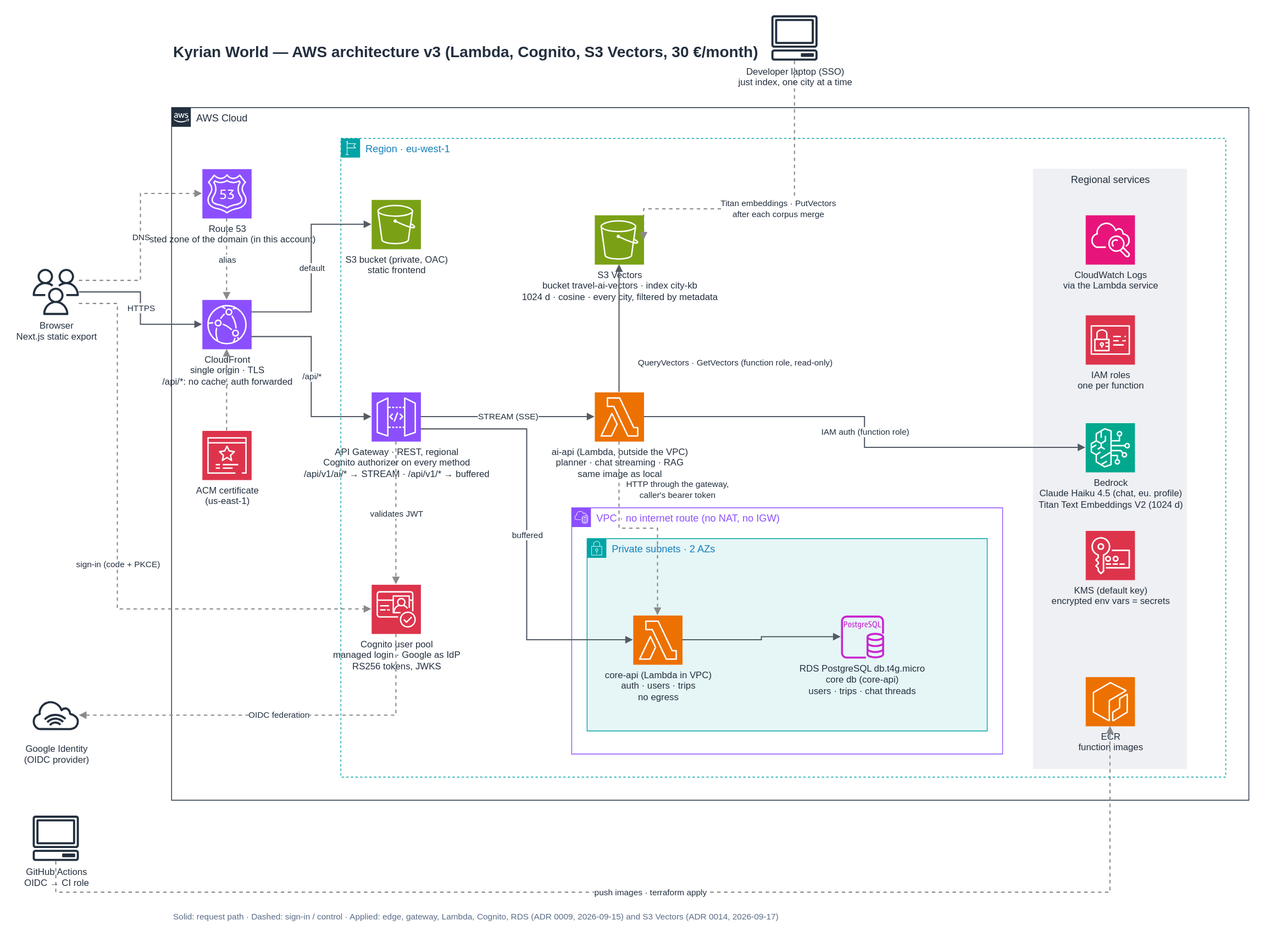
Before: docs/architecture/aws-architecture.drawio.svg, a diagram exported from draw.io (alexdesousa7/travel-ai-world). Source tidied: cells renumbered, new cells last; positions are measured from the earlier drawing's top-left corner, leaving out a move shared by most shapes.
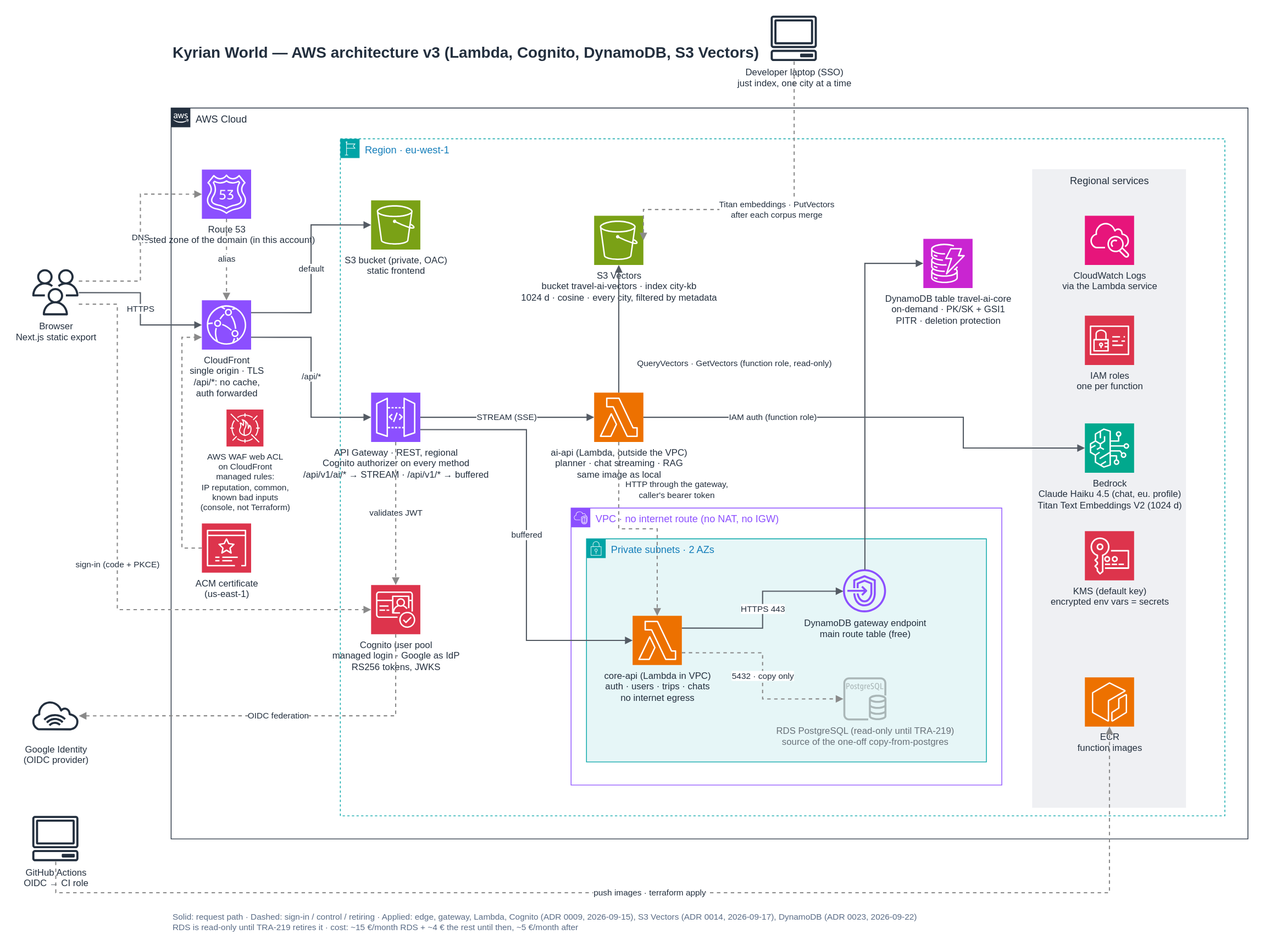
The same diagram one commit later.

Commit message:
docs: production on DynamoDB, RDS read-only until TRA-219 (TRA-224) (#184)

Change to the diagram source:
```diff
@@ -12,19 +12,19 @@
       <mxGeometry y="1040" width="60" height="60" as="geometry" />
     </mxCell>
     <mxCell id="5" value="AWS Cloud" style="gradientColor=none;html=1;whiteSpace=wrap;fontSize=13;fontStyle=0;shape=mxgraph.aws4.group;grIcon=mxgraph.aws4.group_aws_cloud_alt;verticalAlign=top;align=left;spacingLeft=30;strokeColor=#232F3E;fillColor=none;fontColor=#232F3E;dashed=0;" parent="1" vertex="1">
-      <mxGeometry x="180" y="120" width="1400" height="900" as="geometry" />
+      <mxGeometry x="180" y="120" width="1400" height="950" as="geometry" />
     </mxCell>
     <mxCell id="6" value="Route 53&lt;br&gt;hosted zone of the domain (in this account)" style="sketch=0;points=[[0,0,0],[0.25,0,0],[0.5,0,0],[0.75,0,0],[1,0,0],[0,1,0],[0.25,1,0],[0.5,1,0],[0.75,1,0],[1,1,0],[0,0.25,0],[0,0.5,0],[0,0.75,0],[1,0.25,0],[1,0.5,0],[1,0.75,0]];outlineConnect=0;fontColor=#232F3E;fillColor=#8C4FFF;strokeColor=#ffffff;dashed=0;verticalLabelPosition=bottom;verticalAlign=top;align=center;html=1;fontSize=12;fontStyle=0;shape=mxgraph.aws4.resourceIcon;resIcon=mxgraph.aws4.route_53;" parent="5" vertex="1">
       <mxGeometry x="40" y="80" width="64" height="64" as="geometry" />
     </mxCell>
-    <mxCell id="7" value="CloudFront&lt;br&gt;single origin · TLS&lt;br&gt;/api/*: no cache, auth forwarded" style="sketch=0;points=[[0,0,0],[0.25,0,0],[0.5,0,0],[0.75,0,0],[1,0,0],[0,1,0],[0.25,1,0],[0.5,1,0],[0.75,1,0],[1,1,0],[0,0.25,0],[0,0.5,0],[0,0.75,0],[1,0.25,0],[1,0.5,0],[1,0.75,0]];outlineConnect=0;fontColor=#232F3E;fillColor=#8C4FFF;strokeColor=#ffffff;dashed=0;verticalLabelPosition=bottom;verticalAlign=top;align=center;html=1;fontSize=12;fontStyle=0;shape=mxgraph.aws4.resourceIcon;resIcon=mxgraph.aws4.cloudfront;" parent="5" vertex="1">
+    <mxCell id="7" value="CloudFront&lt;br&gt;single origin · TLS&lt;br&gt;/api/*: no cache,&lt;br&gt;auth forwarded" style="sketch=0;points=[[0,0,0],[0.25,0,0],[0.5,0,0],[0.75,0,0],[1,0,0],[0,1,0],[0.25,1,0],[0.5,1,0],[0.75,1,0],[1,1,0],[0,0.25,0],[0,0.5,0],[0,0.75,0],[1,0.25,0],[1,0.5,0],[1,0.75,0]];outlineConnect=0;fontColor=#232F3E;fillColor=#8C4FFF;strokeColor=#ffffff;dashed=0;verticalLabelPosition=bottom;verticalAlign=top;align=center;html=1;fontSize=12;fontStyle=0;shape=mxgraph.aws4.resourceIcon;resIcon=mxgraph.aws4.cloudfront;" parent="5" vertex="1">
       <mxGeometry x="40" y="250" width="64" height="64" as="geometry" />
     </mxCell>
     <mxCell id="8" value="ACM certificate&lt;br&gt;(us-east-1)" style="sketch=0;points=[[0,0,0],[0.25,0,0],[0.5,0,0],[0.75,0,0],[1,0,0],[0,1,0],[0.25,1,0],[0.5,1,0],[0.75,1,0],[1,1,0],[0,0.25,0],[0,0.5,0],[0,0.75,0],[1,0.25,0],[1,0.5,0],[1,0.75,0]];outlineConnect=0;fontColor=#232F3E;fillColor=#DD344C;strokeColor=#ffffff;dashed=0;verticalLabelPosition=bottom;verticalAlign=top;align=center;html=1;fontSize=12;fontStyle=0;shape=mxgraph.aws4.resourceIcon;resIcon=mxgraph.aws4.certificate_manager_3;" parent="5" vertex="1">
-      <mxGeometry x="40" y="420" width="64" height="64" as="geometry" />
+      <mxGeometry x="40" y="540" width="64" height="64" as="geometry" />
     </mxCell>
     <mxCell id="9" value="Region · eu-west-1" style="gradientColor=none;html=1;whiteSpace=wrap;fontSize=13;fontStyle=0;shape=mxgraph.aws4.group;grIcon=mxgraph.aws4.group_region;verticalAlign=top;align=left;spacingLeft=30;strokeColor=#00A4A6;fillColor=none;fontColor=#147EBA;dashed=1;" parent="5" vertex="1">
-      <mxGeometry x="220" y="40" width="1150" height="830" as="geometry" />
+      <mxGeometry x="220" y="40" width="1150" height="880" as="geometry" />
     </mxCell>
     <mxCell id="10" value="S3 bucket (private, OAC)&lt;br&gt;static frontend" style="sketch=0;points=[[0,0,0],[0.25,0,0],[0.5,0,0],[0.75,0,0],[1,0,0],[0,1,0],[0.25,1,0],[0.5,1,0],[0.75,1,0],[1,1,0],[0,0.25,0],[0,0.5,0],[0,0.75,0],[1,0.25,0],[1,0.5,0],[1,0.75,0]];outlineConnect=0;fontColor=#232F3E;fillColor=#7AA116;strokeColor=#ffffff;dashed=0;verticalLabelPosition=bottom;verticalAlign=top;align=center;html=1;fontSize=12;fontStyle=0;shape=mxgraph.aws4.resourceIcon;resIcon=mxgraph.aws4.s3;" parent="9" vertex="1">
       <mxGeometry x="40" y="80" width="64" height="64" as="geometry" />
@@ -39,19 +39,22 @@
       <mxGeometry x="330" y="330" width="64" height="64" as="geometry" />
     </mxCell>
     <mxCell id="14" value="VPC · no internet route (no NAT, no IGW)" style="gradientColor=none;html=1;whiteSpace=wrap;fontSize=13;fontStyle=0;shape=mxgraph.aws4.group;grIcon=mxgraph.aws4.group_vpc2;verticalAlign=top;align=left;spacingLeft=30;strokeColor=#8C4FFF;fillColor=none;fontColor=#8C4FFF;dashed=0;" parent="9" vertex="1">
-      <mxGeometry x="300" y="480" width="560" height="320" as="geometry" />
+      <mxGeometry x="300" y="480" width="560" height="360" as="geometry" />
     </mxCell>
     <mxCell id="15" value="Private subnets · 2 AZs" style="gradientColor=none;html=1;whiteSpace=wrap;fontSize=13;fontStyle=0;shape=mxgraph.aws4.group;grIcon=mxgraph.aws4.group_security_group;verticalAlign=top;align=left;spacingLeft=30;strokeColor=#00A4A6;fillColor=#E6F6F7;fontColor=#147EBA;dashed=0;" parent="14" vertex="1">
-      <mxGeometry x="20" y="40" width="520" height="250" as="geometry" />
+      <mxGeometry x="20" y="40" width="520" height="290" as="geometry" />
     </mxCell>
-    <mxCell id="16" value="core-api (Lambda in VPC)&lt;br&gt;auth · users · trips&lt;br&gt;no egress" style="sketch=0;points=[[0,0,0],[0.25,0,0],[0.5,0,0],[0.75,0,0],[1,0,0],[0,1,0],[0.25,1,0],[0.5,1,0],[0.75,1,0],[1,1,0],[0,0.25,0],[0,0.5,0],[0,0.75,0],[1,0.25,0],[1,0.5,0],[1,0.75,0]];outlineConnect=0;fontColor=#232F3E;fillColor=#ED7100;strokeColor=#ffffff;dashed=0;verticalLabelPosition=bottom;verticalAlign=top;align=center;html=1;fontSize=12;fontStyle=0;shape=mxgraph.aws4.resourceIcon;resIcon=mxgraph.aws4.lambda;" parent="15" vertex="1">
+    <mxCell id="16" value="core-api (Lambda in VPC)&lt;br&gt;auth · users · trips · chats&lt;br&gt;no internet egress" style="sketch=0;points=[[0,0,0],[0.25,0,0],[0.5,0,0],[0.75,0,0],[1,0,0],[0,1,0],[0.25,1,0],[0.5,1,0],[0.75,1,0],[1,1,0],[0,0.25,0],[0,0.5,0],[0,0.75,0],[1,0.25,0],[1,0.5,0],[1,0.75,0]];outlineConnect=0;fontColor=#232F3E;fillColor=#ED7100;strokeColor=#ffffff;dashed=0;verticalLabelPosition=bottom;verticalAlign=top;align=center;html=1;fontSize=12;fontStyle=0;shape=mxgraph.aws4.resourceIcon;resIcon=mxgraph.aws4.lambda;" parent="15" vertex="1">
       <mxGeometry x="60" y="100" width="64" height="64" as="geometry" />
     </mxCell>
-    <mxCell id="17" value="RDS PostgreSQL db.t4g.micro&lt;br&gt;core db (core-api)&lt;br&gt;users · trips · chat threads" style="sketch=0;points=[[0,0,0],[0.25,0,0],[0.5,0,0],[0.75,0,0],[1,0,0],[0,1,0],[0.25,1,0],[0.5,1,0],[0.75,1,0],[1,1,0],[0,0.25,0],[0,0.5,0],[0,0.75,0],[1,0.25,0],[1,0.5,0],[1,0.75,0]];outlineConnect=0;fontColor=#232F3E;fillColor=#C925D1;strokeColor=#ffffff;dashed=0;verticalLabelPosition=bottom;verticalAlign=top;align=center;html=1;fontSize=12;fontStyle=0;shape=mxgraph.aws4.rds_postgresql_instance;" parent="15" vertex="1">
-      <mxGeometry x="330" y="100" width="56" height="56" as="geometry" />
+    <mxCell id="17" value="RDS PostgreSQL (read-only until TRA-219)&lt;br&gt;source of the one-off copy-from-postgres" style="sketch=0;points=[[0,0,0],[0.25,0,0],[0.5,0,0],[0.75,0,0],[1,0,0],[0,1,0],[0.25,1,0],[0.5,1,0],[0.75,1,0],[1,1,0],[0,0.25,0],[0,0.5,0],[0,0.75,0],[1,0.25,0],[1,0.5,0],[1,0.75,0]];outlineConnect=0;fontColor=#687078;fillColor=#AAB7B8;strokeColor=#ffffff;dashed=0;verticalLabelPosition=bottom;verticalAlign=top;align=center;html=1;fontSize=12;fontStyle=0;shape=mxgraph.aws4.rds_postgresql_instance;" parent="15" vertex="1">
+      <mxGeometry x="334" y="180" width="56" height="56" as="geometry" />
     </mxCell>
+    <mxCell id="45" value="DynamoDB gateway endpoint&lt;br&gt;main route table (free)" style="sketch=0;outlineConnect=0;fontColor=#232F3E;gradientColor=none;fillColor=#8C4FFF;strokeColor=none;dashed=0;verticalLabelPosition=bottom;verticalAlign=top;align=center;html=1;fontSize=12;fontStyle=0;shape=mxgraph.aws4.endpoints;" parent="15" vertex="1">
+      <mxGeometry x="334" y="40" width="56" height="56" as="geometry" />
+    </mxCell>
     <mxCell id="18" value="Regional services" style="fillColor=#EFF0F3;strokeColor=none;dashed=0;verticalAlign=top;fontStyle=0;fontSize=13;fontColor=#232F3D;whiteSpace=wrap;html=1;" parent="9" vertex="1">
-      <mxGeometry x="900" y="40" width="200" height="780" as="geometry" />
+      <mxGeometry x="900" y="40" width="200" height="830" as="geometry" />
     </mxCell>
     <mxCell id="19" value="CloudWatch Logs&lt;br&gt;via the Lambda service" style="sketch=0;fontColor=#232F3E;fillColor=#E7157B;strokeColor=#ffffff;dashed=0;verticalLabelPosition=bottom;verticalAlign=top;align=center;html=1;fontSize=12;fontStyle=0;shape=mxgraph.aws4.resourceIcon;resIcon=mxgraph.aws4.cloudwatch;" parent="18" vertex="1">
       <mxGeometry x="68" y="60" width="64" height="64" as="geometry" />
@@ -71,6 +74,12 @@
     <mxCell id="24" value="S3 Vectors&lt;br&gt;bucket travel-ai-vectors · index city-kb&lt;br&gt;1024 d · cosine · every city, filtered by metadata" style="sketch=0;points=[[0,0,0],[0.25,0,0],[0.5,0,0],[0.75,0,0],[1,0,0],[0,1,0],[0.25,1,0],[0.5,1,0],[0.75,1,0],[1,1,0],[0,0.25,0],[0,0.5,0],[0,0.75,0],[1,0.25,0],[1,0.5,0],[1,0.75,0]];outlineConnect=0;fontColor=#232F3E;fillColor=#7AA116;strokeColor=#ffffff;dashed=0;verticalLabelPosition=bottom;verticalAlign=top;align=center;html=1;fontSize=12;fontStyle=0;shape=mxgraph.aws4.resourceIcon;resIcon=mxgraph.aws4.s3;" parent="9" vertex="1">
       <mxGeometry x="330" y="100" width="64" height="64" as="geometry" />
     </mxCell>
+    <mxCell id="46" value="DynamoDB table travel-ai-core&lt;br&gt;on-demand · PK/SK + GSI1&lt;br&gt;PITR · deletion protection" style="sketch=0;points=[[0,0,0],[0.25,0,0],[0.5,0,0],[0.75,0,0],[1,0,0],[0,1,0],[0.25,1,0],[0.5,1,0],[0.75,1,0],[1,1,0],[0,0.25,0],[0,0.5,0],[0,0.75,0],[1,0.25,0],[1,0.5,0],[1,0.75,0]];outlineConnect=0;fontColor=#232F3E;fillColor=#C925D1;strokeColor=#ffffff;dashed=0;verticalLabelPosition=bottom;verticalAlign=top;align=center;html=1;fontSize=12;fontStyle=0;shape=mxgraph.aws4.resourceIcon;resIcon=mxgraph.aws4.dynamodb;" parent="9" vertex="1">
+      <mxGeometry x="758" y="130" width="64" height="64" as="geometry" />
+    </mxCell>
+    <mxCell id="47" value="AWS WAF web ACL&lt;br&gt;on CloudFront&lt;br&gt;managed rules:&lt;br&gt;IP reputation, common,&lt;br&gt;known bad inputs&lt;br&gt;(console, not Terraform)" style="sketch=0;fontColor=#232F3E;fillColor=#DD344C;strokeColor=#ffffff;dashed=0;verticalLabelPosition=bottom;verticalAlign=top;align=center;html=1;fontSize=11;fontStyle=0;shape=mxgraph.aws4.resourceIcon;resIcon=mxgraph.aws4.waf;" parent="5" vertex="1">
+      <mxGeometry x="72" y="392" width="48" height="48" as="geometry" />
+    </mxCell>
     <mxCell id="25" value="Developer laptop (SSO)&lt;br&gt;just index, one city at a time" style="sketch=0;outlineConnect=0;fontColor=#232F3E;gradientColor=none;fillColor=#232F3E;strokeColor=none;dashed=0;verticalLabelPosition=bottom;verticalAlign=top;align=center;html=1;fontSize=12;fontStyle=0;shape=mxgraph.aws4.client;" parent="1" vertex="1">
       <mxGeometry x="960" width="60" height="60" as="geometry" />
     </mxCell>
@@ -80,8 +89,13 @@
     <mxCell id="27" value="alias" style="edgeStyle=orthogonalEdgeStyle;rounded=0;jettySize=auto;html=1;endArrow=block;endFill=1;strokeWidth=1.5;strokeColor=#8a8a8a;fontColor=#232F3E;fontSize=11;labelBackgroundColor=#ffffff;dashed=1;exitX=0.5;exitY=1;exitDx=0;exitDy=0;entryX=0.5;entryY=0;entryDx=0;entryDy=0;" parent="1" edge="1" source="6" target="7">
       <mxGeometry relative="1" as="geometry" />
     </mxCell>
-    <mxCell id="28" style="edgeStyle=orthogonalEdgeStyle;rounded=0;jettySize=auto;html=1;endArrow=block;endFill=1;strokeWidth=1.5;strokeColor=#8a8a8a;fontColor=#232F3E;fontSize=11;labelBackgroundColor=#ffffff;dashed=1;exitX=0.5;exitY=0;exitDx=0;exitDy=0;entryX=0.5;entryY=1;entryDx=0;entryDy=0;" parent="1" edge="1" source="8" target="7">
-      <mxGeometry relative="1" as="geometry" />
+    <mxCell id="28" style="edgeStyle=orthogonalEdgeStyle;rounded=0;jettySize=auto;html=1;endArrow=block;endFill=1;strokeWidth=1.5;strokeColor=#8a8a8a;fontColor=#232F3E;fontSize=11;labelBackgroundColor=#ffffff;dashed=1;exitX=0;exitY=0.5;exitDx=0;exitDy=0;entryX=0;entryY=0.75;entryDx=0;entryDy=0;" parent="1" edge="1" source="8" target="7">
+      <mxGeometry relative="1" as="geometry">
+        <Array as="points">
+          <mxPoint x="194" y="692" />
+          <mxPoint x="194" y="418" />
+        </Array>
+      </mxGeometry>
     </mxCell>
     <mxCell id="29" value="HTTPS" style="edgeStyle=orthogonalEdgeStyle;rounded=0;jettySize=auto;html=1;endArrow=block;endFill=1;strokeWidth=1.5;strokeColor=#545B64;fontColor=#232F3E;fontSize=11;labelBackgroundColor=#ffffff;dashed=0;exitX=1;exitY=0.5;exitDx=0;exitDy=0;entryX=0;entryY=0.5;entryDx=0;entryDy=0;" parent="1" edge="1" source="2" target="7">
       <mxGeometry relative="1" as="geometry" />
@@ -116,7 +130,7 @@
     <mxCell id="36" value="buffered" style="edgeStyle=orthogonalEdgeStyle;rounded=0;jettySize=auto;html=1;endArrow=block;endFill=1;strokeWidth=1.5;strokeColor=#545B64;fontColor=#232F3E;fontSize=11;labelBackgroundColor=#ffffff;dashed=0;exitX=1;exitY=0.75;exitDx=0;exitDy=0;entryX=0;entryY=0.5;entryDx=0;entryDy=0;" parent="1" edge="1" source="11" target="16">
       <mxGeometry relative="1" as="geometry" />
     </mxCell>
-    <mxCell id="37" style="edgeStyle=orthogonalEdgeStyle;rounded=0;jettySize=auto;html=1;endArrow=block;endFill=1;strokeWidth=1.5;strokeColor=#545B64;fontColor=#232F3E;fontSize=11;labelBackgroundColor=#ffffff;dashed=0;exitX=1;exitY=0.5;exitDx=0;exitDy=0;entryX=0;entryY=0.5;entryDx=0;entryDy=0;" parent="1" edge="1" source="16" target="17">
+    <mxCell id="37" value="5432 · copy only" style="edgeStyle=orthogonalEdgeStyle;rounded=0;jettySize=auto;html=1;endArrow=block;endFill=1;strokeWidth=1.5;strokeColor=#8a8a8a;fontColor=#232F3E;fontSize=11;labelBackgroundColor=#ffffff;dashed=1;exitX=1;exitY=0.75;exitDx=0;exitDy=0;entryX=0;entryY=0.5;entryDx=0;entryDy=0;" parent="1" edge="1" source="16" target="17">
       <mxGeometry relative="1" as="geometry" />
     </mxCell>
     <mxCell id="38" value="HTTP through the gateway,&lt;br&gt;caller's bearer token" style="edgeStyle=orthogonalEdgeStyle;rounded=0;jettySize=auto;html=1;endArrow=block;endFill=1;strokeWidth=1.5;strokeColor=#8a8a8a;fontColor=#232F3E;fontSize=11;labelBackgroundColor=#ffffff;dashed=1;exitX=0.5;exitY=1;exitDx=0;exitDy=0;entryX=0.5;entryY=0;entryDx=0;entryDy=0;" parent="1" edge="1" source="13" target="16">
@@ -125,7 +139,12 @@
       </mxGeometry>
     </mxCell>
     <mxCell id="39" value="IAM auth (function role)" style="edgeStyle=orthogonalEdgeStyle;rounded=0;jettySize=auto;html=1;endArrow=block;endFill=1;strokeWidth=1.5;strokeColor=#545B64;fontColor=#232F3E;fontSize=11;labelBackgroundColor=#ffffff;dashed=0;exitX=1;exitY=0.5;exitDx=0;exitDy=0;entryX=0;entryY=0.5;entryDx=0;entryDy=0;" parent="1" edge="1" source="13" target="21">
-      <mxGeometry relative="1" as="geometry" />
+      <mxGeometry x="-0.45" relative="1" as="geometry">
+        <Array as="points">
+          <mxPoint x="1210" y="522" />
+          <mxPoint x="1210" y="562" />
+        </Array>
+      </mxGeometry>
     </mxCell>
     <mxCell id="40" value="push images · terraform apply" style="edgeStyle=orthogonalEdgeStyle;rounded=0;jettySize=auto;html=1;endArrow=block;endFill=1;strokeWidth=1.5;strokeColor=#8a8a8a;fontColor=#232F3E;fontSize=11;labelBackgroundColor=#ffffff;dashed=1;exitX=0.5;exitY=1;exitDx=0;exitDy=0;entryX=0.5;entryY=1;entryDx=0;entryDy=0;" parent="1" edge="1" source="4" target="23">
       <mxGeometry relative="1" as="geometry">
@@ -135,11 +154,11 @@
         </Array>
       </mxGeometry>
     </mxCell>
-    <mxCell id="41" value="Kyrian World — AWS architecture v3 (Lambda, Cognito, S3 Vectors, 30 €/month)" style="text;html=1;align=left;verticalAlign=middle;fontSize=20;fontStyle=1;fontColor=#232F3E;" parent="1" vertex="1">
+    <mxCell id="41" value="Kyrian World — AWS architecture v3 (Lambda, Cognito, DynamoDB, S3 Vectors)" style="text;html=1;align=left;verticalAlign=middle;fontSize=20;fontStyle=1;fontColor=#232F3E;" parent="1" vertex="1">
       <mxGeometry x="180" y="30" width="900" height="34" as="geometry" />
     </mxCell>
-    <mxCell id="42" value="Solid: request path · Dashed: sign-in / control · Applied: edge, gateway, Lambda, Cognito, RDS (ADR 0009, 2026-09-15) and S3 Vectors (ADR 0014, 2026-09-17)" style="text;html=1;align=left;verticalAlign=middle;fontSize=11;fontColor=#5A6C86;" parent="1" vertex="1">
-      <mxGeometry x="180" y="1160" width="900" height="24" as="geometry" />
+    <mxCell id="42" value="Solid: request path · Dashed: sign-in / control / retiring · Applied: edge, gateway, Lambda, Cognito (ADR 0009, 2026-09-15), S3 Vectors (ADR 0014, 2026-09-17), DynamoDB (ADR 0023, 2026-09-22)&lt;br&gt;RDS is read-only until TRA-219 retires it · cost: ~15 €/month RDS + ~4 € the rest until then, ~5 €/month after" style="text;html=1;align=left;verticalAlign=middle;fontSize=11;fontColor=#5A6C86;" parent="1" vertex="1">
+      <mxGeometry x="180" y="1160" width="1350" height="36" as="geometry" />
     </mxCell>
     <mxCell id="43" value="QueryVectors · GetVectors (function role, read-only)" style="edgeStyle=orthogonalEdgeStyle;rounded=0;jettySize=auto;html=1;endArrow=block;endFill=1;strokeWidth=1.5;strokeColor=#545B64;fontColor=#232F3E;fontSize=11;labelBackgroundColor=#ffffff;dashed=0;exitX=0.5;exitY=0;exitDx=0;exitDy=0;entryX=0.5;entryY=1;entryDx=0;entryDy=0;" parent="1" edge="1" source="13" target="24">
       <mxGeometry relative="1" as="geometry">
@@ -153,5 +172,11 @@
         </Array>
       </mxGeometry>
     </mxCell>
+    <mxCell id="48" value="HTTPS 443" style="edgeStyle=orthogonalEdgeStyle;rounded=0;jettySize=auto;html=1;endArrow=block;endFill=1;strokeWidth=1.5;strokeColor=#545B64;fontColor=#232F3E;fontSize=11;labelBackgroundColor=#ffffff;dashed=0;exitX=1;exitY=0.25;exitDx=0;exitDy=0;entryX=0;entryY=0.5;entryDx=0;entryDy=0;" parent="1" edge="1" source="16" target="45">
+      <mxGeometry relative="1" as="geometry" />
+    </mxCell>
+    <mxCell id="49" style="edgeStyle=orthogonalEdgeStyle;rounded=0;jettySize=auto;html=1;endArrow=block;endFill=1;strokeWidth=1.5;strokeColor=#545B64;fontColor=#232F3E;fontSize=11;labelBackgroundColor=#ffffff;dashed=0;exitX=0.5;exitY=0;exitDx=0;exitDy=0;entryX=0;entryY=0.5;entryDx=0;entryDy=0;" parent="1" edge="1" source="45" target="46">
+      <mxGeometry relative="1" as="geometry" />
+    </mxCell>
   </root>
 </mxGraphModel>
```
